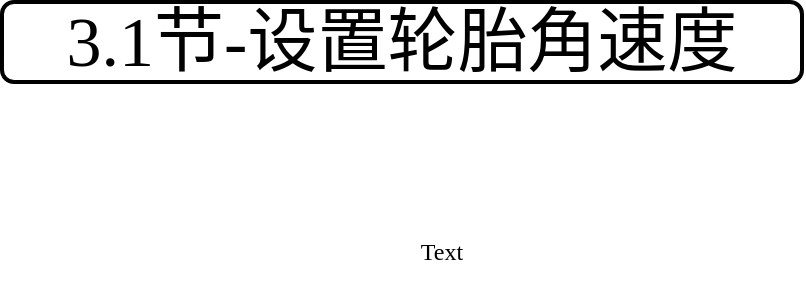
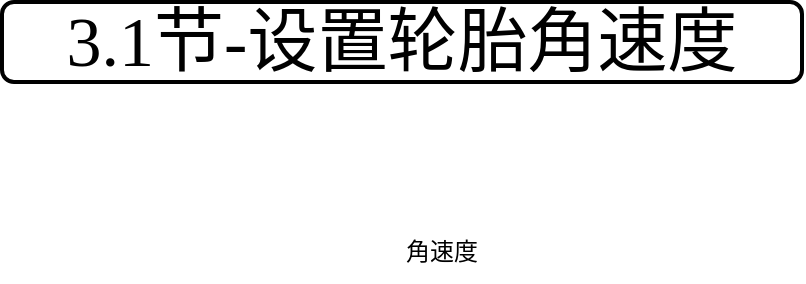
<mxfile host="app.diagrams.net">
  <diagram name="第 1 页" id="GX-yRB2pFLCUUed2IjMN">
-     <mxGraphModel dx="1460" dy="894" grid="1" gridSize="10" guides="1" tooltips="1" connect="1" arrows="1" fold="1" page="1" pageScale="1" pageWidth="827" pageHeight="1169" math="0" shadow="0">
+     <mxGraphModel dx="1186" dy="726" grid="1" gridSize="10" guides="1" tooltips="1" connect="1" arrows="1" fold="1" page="1" pageScale="1" pageWidth="827" pageHeight="1169" math="0" shadow="0">
      <root>
        <mxCell id="0" />
        <mxCell id="1" parent="0" />
        <mxCell id="XIZ4hkpOC5nF-9Pc7O8C-7" parent="1" style="rounded=1;whiteSpace=wrap;html=1;fontFamily=Comic Sans MS;strokeWidth=2;fontSize=35;" value="3.1节-设置轮胎角速度" vertex="1">
          <mxGeometry height="40" width="400" x="30" y="50" as="geometry" />
        </mxCell>
-         <mxCell id="XIZ4hkpOC5nF-9Pc7O8C-8" parent="1" style="text;html=1;whiteSpace=wrap;strokeColor=none;fillColor=none;align=center;verticalAlign=middle;rounded=0;fontFamily=Comic Sans MS;fontSize=12;fontColor=default;" value="Text" vertex="1">
+         <mxCell id="XIZ4hkpOC5nF-9Pc7O8C-8" parent="1" style="text;html=1;whiteSpace=wrap;strokeColor=none;fillColor=none;align=center;verticalAlign=middle;rounded=0;fontFamily=Comic Sans MS;fontSize=12;fontColor=default;" value="角速度" vertex="1">
          <mxGeometry height="30" width="60" x="220" y="160" as="geometry" />
        </mxCell>
      </root>
    </mxGraphModel>
  </diagram>
</mxfile>
